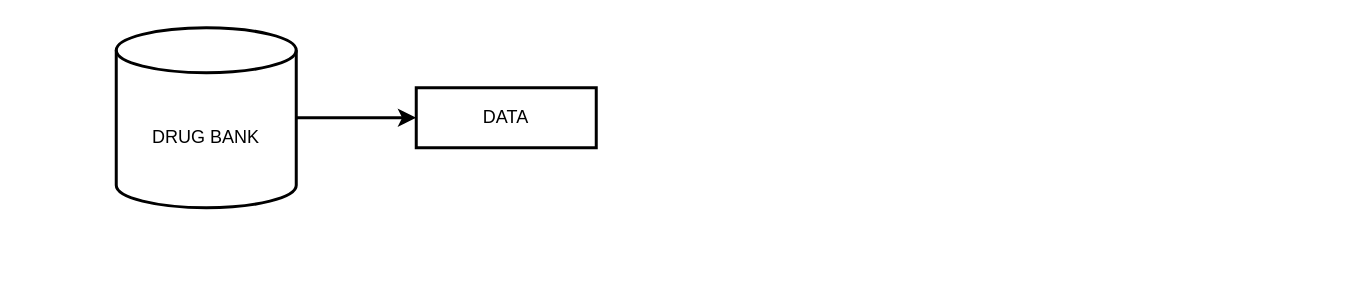
This is Programs/Untitled Diagram.drawio from MinorMist/College-Projects, a draw.io file, before an edit. Source tidied: cells renumbered, new cells numbered last; positions are measured from the earlier drawing's top-left corner, leaving out a move shared by most shapes. Both pictures are drawn from the tidied source at 150%, with x=0, y=0 at pixel (116, 27).
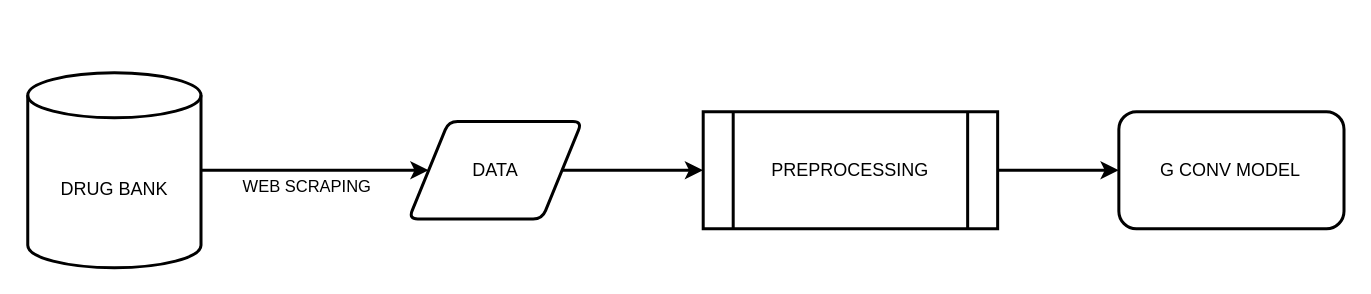
After the change.

Diff of the diagram source:
```diff
@@
 <mxGraphModel>
   <root>
     <mxCell id="0" />
     <mxCell id="1" parent="0" />
+    <mxCell id="5" style="group;" parent="1" vertex="1">
+      <mxGeometry x="-59" y="30" width="877.5" height="130" as="geometry" />
+    </mxCell>
+    <mxCell id="3" value="DRUG BANK" style="shape=cylinder3;whiteSpace=wrap;html=1;boundedLbl=1;backgroundOutline=1;size=15;strokeWidth=2;" parent="5" vertex="1">
+      <mxGeometry width="115.5" height="130" as="geometry" />
+    </mxCell>
+    <mxCell id="6" style="edgeStyle=orthogonalEdgeStyle;rounded=0;jettySize=auto;html=1;strokeWidth=2;entryX=0;entryY=0.5;entryDx=0;entryDy=0;exitX=1;exitY=0.5;exitDx=0;exitDy=0;" parent="5" edge="1" source="4" target="9">
+      <mxGeometry relative="1" as="geometry" />
+    </mxCell>
-    <mxCell id="2" style="edgeStyle=orthogonalEdgeStyle;rounded=0;jettySize=auto;html=1;entryX=0;entryY=0.5;entryDx=0;entryDy=0;strokeWidth=2;" parent="1" edge="1" source="3" target="4">
+    <mxCell id="2" style="endArrow=classic;html=1;rounded=0;exitX=1;exitY=0.5;exitDx=0;exitDy=0;exitPerimeter=0;entryX=0;entryY=0.5;entryDx=0;entryDy=0;strokeWidth=2;" parent="5" edge="1" source="3" target="4">
       <mxGeometry relative="1" as="geometry" />
     </mxCell>
-    <mxCell id="3" value="DRUG BANK" style="shape=cylinder3;whiteSpace=wrap;html=1;boundedLbl=1;backgroundOutline=1;size=15;strokeWidth=2;" parent="1" vertex="1">
-      <mxGeometry width="120" height="120" as="geometry" />
-    </mxCell>
+    <mxCell id="7" value="WEB SCRAPING" style="edgeLabel;html=1;align=center;verticalAlign=middle;" parent="2" vertex="1">
+      <mxGeometry relative="1" as="geometry">
+        <mxPoint x="-6" y="10" as="offset" />
+      </mxGeometry>
+    </mxCell>
+    <mxCell id="8" style="edgeStyle=orthogonalEdgeStyle;rounded=0;jettySize=auto;html=1;strokeWidth=2;" parent="5" edge="1" source="9" target="10">
+      <mxGeometry relative="1" as="geometry" />
+    </mxCell>
+    <mxCell id="9" value="PREPROCESSING" style="shape=process;whiteSpace=wrap;html=1;backgroundOutline=1;strokeWidth=2;" parent="5" vertex="1">
+      <mxGeometry x="450.3" y="26" width="196.3" height="78" as="geometry" />
+    </mxCell>
-    <mxCell id="4" value="DATA" style="rounded=0;whiteSpace=wrap;html=1;strokeWidth=2;" parent="1" vertex="1">
-      <mxGeometry x="200" y="40" width="120" height="40" as="geometry" />
+    <mxCell id="4" value="DATA" style="shape=parallelogram;html=1;strokeWidth=2;perimeter=parallelogramPerimeter;whiteSpace=wrap;rounded=1;arcSize=12;size=0.23;" parent="5" vertex="1">
+      <mxGeometry x="254" y="32.5" width="115.5" height="65" as="geometry" />
     </mxCell>
+    <mxCell id="10" value="G CONV MODEL" style="rounded=1;whiteSpace=wrap;html=1;strokeWidth=2;" parent="5" vertex="1">
+      <mxGeometry x="727.4" y="26" width="150.1" height="78" as="geometry" />
+    </mxCell>
   </root>
 </mxGraphModel>
```
